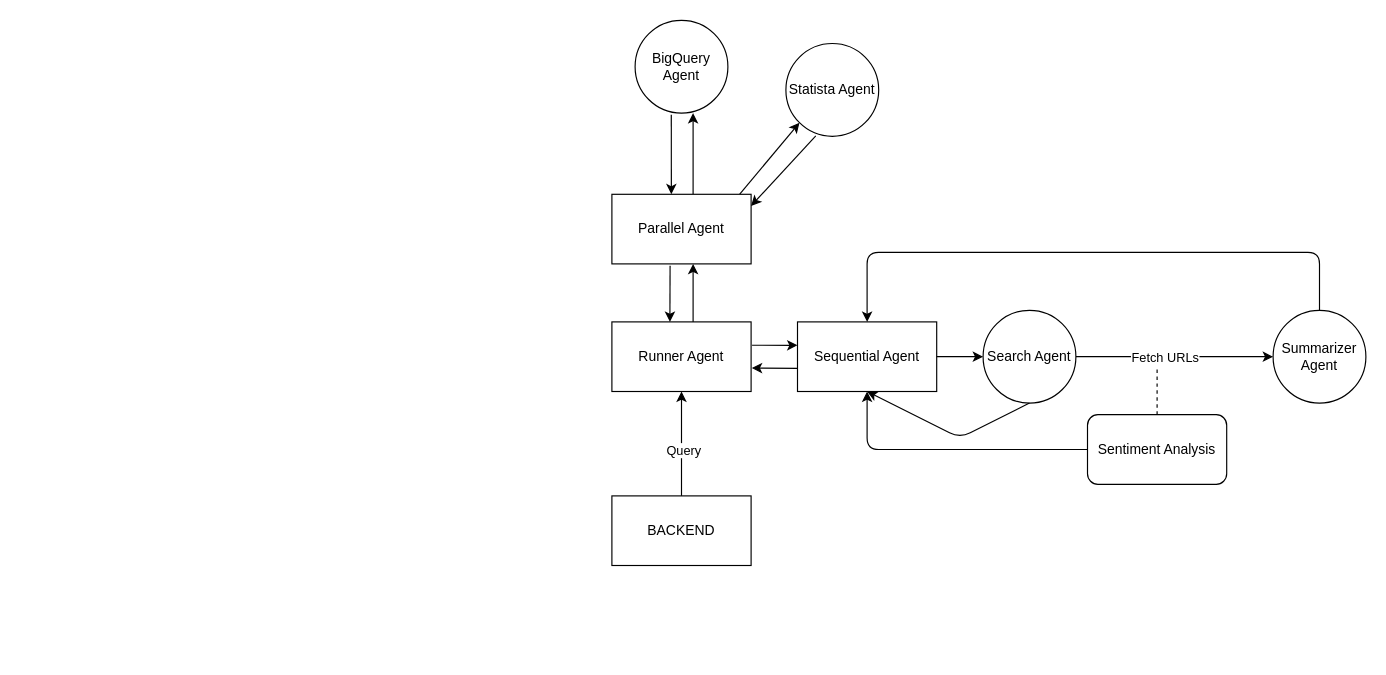
The draw.io diagram assets/architecture.drawio in amaurydelille/google-cloud-agent-development-kit-hackathon-2025, before the edit. Source tidied: cells renumbered, new cells numbered last; positions are measured from the earlier drawing's top-left corner, leaving out a move shared by most shapes. Both pictures are drawn from the tidied source at 116%, with x=0, y=0 at pixel (611, 20).
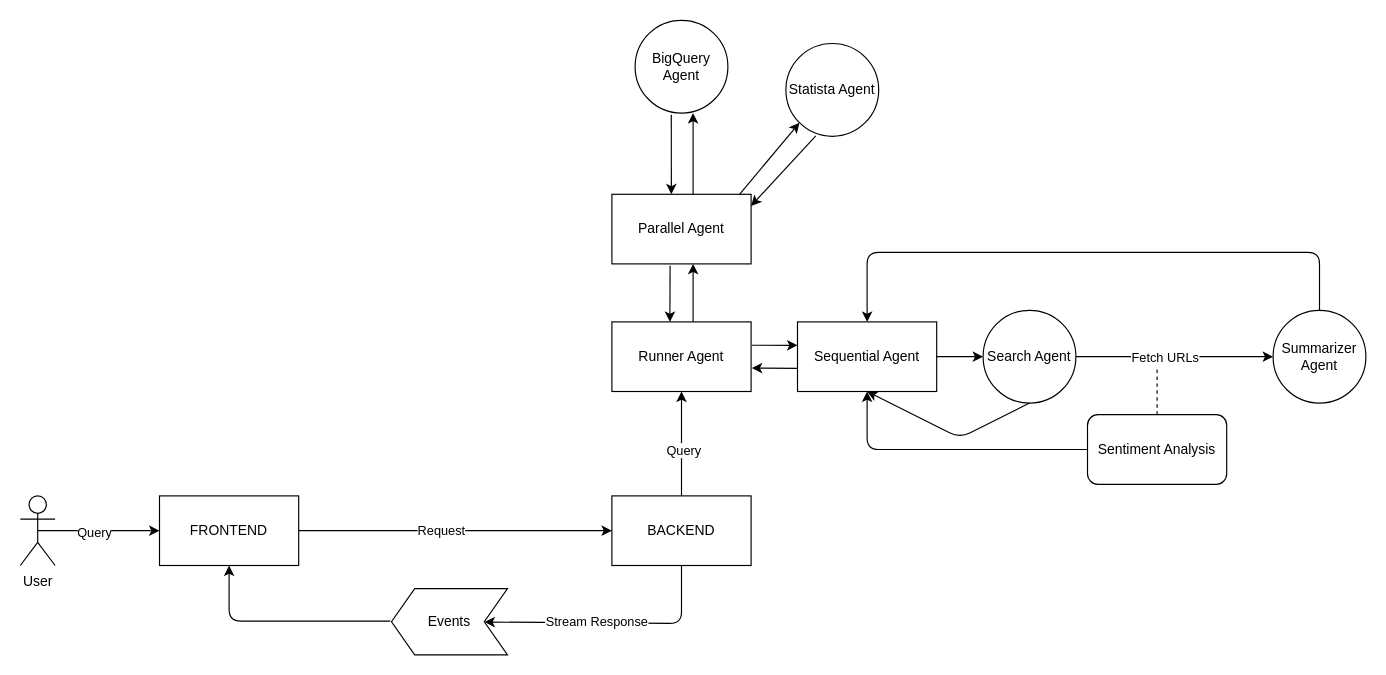
The same page after the edit.

Commit message:
feat(diagram): added client

Unchanged cells that the change refers to:
```xml
<mxCell id="4" value="BACKEND" style="rounded=0;whiteSpace=wrap;html=1;" parent="1" vertex="1">
  <mxGeometry y="410" width="120" height="60" as="geometry" />
</mxCell>
```

The edit, as a diff of the source:
```diff
@@
+    <mxCell id="28" style="edgeStyle=none;html=1;exitX=0.5;exitY=1;exitDx=0;exitDy=0;" parent="1" edge="1" source="4" target="36">
+      <mxGeometry relative="1" as="geometry">
+        <Array as="points">
+          <mxPoint x="60" y="520" />
+        </Array>
+      </mxGeometry>
+    </mxCell>
+    <mxCell id="29" value="Stream Response" style="edgeLabel;html=1;align=center;verticalAlign=middle;" parent="28" vertex="1">
+      <mxGeometry x="0.13" y="-1" relative="1" as="geometry" />
+    </mxCell>
@@
+    <mxCell id="30" style="edgeStyle=none;html=1;entryX=0;entryY=0.5;entryDx=0;entryDy=0;exitX=1;exitY=0.5;exitDx=0;exitDy=0;" parent="1" edge="1" source="32" target="4">
+      <mxGeometry relative="1" as="geometry" />
+    </mxCell>
+    <mxCell id="31" value="Request" style="edgeLabel;html=1;align=center;verticalAlign=middle;" parent="30" vertex="1">
+      <mxGeometry x="-0.1" y="1" relative="1" as="geometry" />
+    </mxCell>
+    <mxCell id="32" value="FRONTEND" style="rounded=0;whiteSpace=wrap;html=1;" parent="1" vertex="1">
+      <mxGeometry x="-390" y="410" width="120" height="60" as="geometry" />
+    </mxCell>
+    <mxCell id="33" style="edgeStyle=none;html=1;exitX=0.5;exitY=0.5;exitDx=0;exitDy=0;exitPerimeter=0;entryX=0;entryY=0.5;entryDx=0;entryDy=0;" parent="1" edge="1" source="35">
+      <mxGeometry relative="1" as="geometry">
+        <mxPoint x="-390" y="440" as="targetPoint" />
+      </mxGeometry>
+    </mxCell>
+    <mxCell id="34" value="Query" style="edgeLabel;html=1;align=center;verticalAlign=middle;" parent="33" vertex="1">
+      <mxGeometry x="-0.09" y="-1" relative="1" as="geometry" />
+    </mxCell>
+    <mxCell id="35" value="User&lt;div&gt;&lt;br&gt;&lt;/div&gt;" style="shape=umlActor;verticalLabelPosition=bottom;verticalAlign=top;html=1;outlineConnect=0;" parent="1" vertex="1">
+      <mxGeometry x="-510" y="410" width="30" height="60" as="geometry" />
+    </mxCell>
+    <mxCell id="36" value="Events" style="shape=step;perimeter=stepPerimeter;fixedSize=1;points=[];whiteSpace=wrap;html=1;direction=west;" parent="1" vertex="1">
+      <mxGeometry x="-190" y="490" width="100" height="57" as="geometry" />
+    </mxCell>
+    <mxCell id="37" style="endArrow=classic;html=1;exitX=1.01;exitY=0.509;exitDx=0;exitDy=0;exitPerimeter=0;entryX=0.5;entryY=1;entryDx=0;entryDy=0;" parent="1" edge="1" source="36" target="32">
+      <mxGeometry relative="1" as="geometry">
+        <Array as="points">
+          <mxPoint x="-330" y="518" />
+        </Array>
+      </mxGeometry>
+    </mxCell>
```
